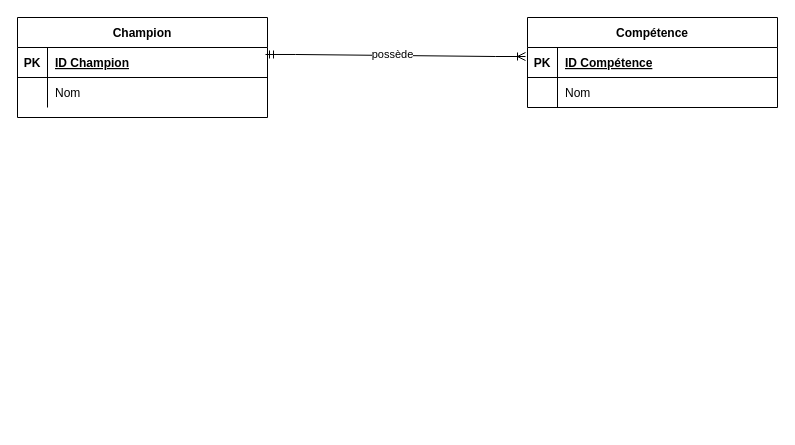
IssaiasO/BTS2-CIEL-IR-MCD-2024-2025 keeps this draw.io diagram as Diagramme sans nom.drawio. Above is the earlier version. Source tidied: cells renumbered, new cells numbered last; positions are measured from the earlier drawing's top-left corner, leaving out a move shared by most shapes. Both pictures are drawn from the tidied source at 100%, with x=0, y=0 at pixel (17, 17).
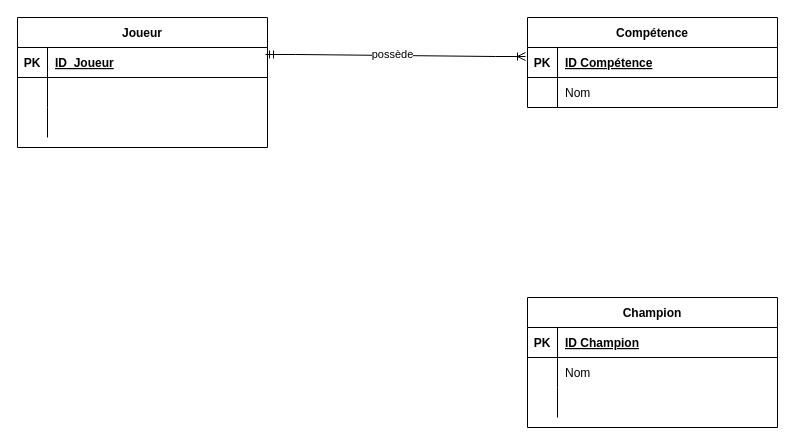
The same page after the edit.

Commit message:
Mettre à jour Diagramme sans nom.drawio

Unchanged cells that the change refers to:
```xml
<mxCell id="10" style="shape=partialRectangle;fillColor=none;points=[[0,0.5],[1,0.5]];portConstraint=eastwest;top=0;left=0;right=0;bottom=1;" parent="9" vertex="1">
  <mxGeometry y="30" width="250" height="30" as="geometry" />
</mxCell>
<mxCell id="13" style="shape=partialRectangle;fillColor=none;top=0;left=0;right=0;bottom=0;" parent="9" vertex="1">
  <mxGeometry y="60" width="250" height="30" as="geometry" />
</mxCell>
```

Change to the diagram source:
```diff
@@
-    <mxCell id="9" value="Champion" style="shape=table;startSize=30;childLayout=tableLayout;rowLines=0;fontStyle=1;align=center;" parent="1" vertex="1">
-      <mxGeometry width="250" height="100" as="geometry" />
+    <mxCell id="9" value="Joueur" style="shape=table;startSize=30;childLayout=tableLayout;rowLines=0;fontStyle=1;align=center;" parent="1" vertex="1">
+      <mxGeometry width="250" height="130" as="geometry" />
     </mxCell>
@@
-    <mxCell id="12" value="ID Champion" style="shape=partialRectangle;overflow=hidden;fillColor=none;top=0;left=0;bottom=0;right=0;align=left;spacingLeft=6;fontStyle=5;" parent="10" vertex="1">
+    <mxCell id="12" value="ID_Joueur" style="shape=partialRectangle;overflow=hidden;fillColor=none;top=0;left=0;bottom=0;right=0;align=left;spacingLeft=6;fontStyle=5;" parent="10" vertex="1">
       <mxGeometry x="30" width="220" height="30" as="geometry" />
     </mxCell>
@@
-    <mxCell id="15" value="Nom" style="shape=partialRectangle;overflow=hidden;fillColor=none;top=0;left=0;bottom=0;right=0;align=left;spacingLeft=6;" parent="13" vertex="1">
+    <mxCell id="15" style="shape=partialRectangle;overflow=hidden;fillColor=none;top=0;left=0;bottom=0;right=0;align=left;spacingLeft=6;" parent="13" vertex="1">
       <mxGeometry x="30" width="220" height="30" as="geometry" />
     </mxCell>
+    <mxCell id="18" style="shape=partialRectangle;fillColor=none;top=0;left=0;right=0;bottom=0;" parent="9" vertex="1">
+      <mxGeometry y="90" width="250" height="30" as="geometry" />
+    </mxCell>
+    <mxCell id="19" style="shape=partialRectangle;overflow=hidden;fillColor=none;top=0;left=0;bottom=0;right=0;" parent="18" vertex="1">
+      <mxGeometry width="30" height="30" as="geometry" />
+    </mxCell>
+    <mxCell id="20" style="shape=partialRectangle;overflow=hidden;fillColor=none;top=0;left=0;bottom=0;right=0;align=left;spacingLeft=6;" parent="18" vertex="1">
+      <mxGeometry x="30" width="220" height="30" as="geometry" />
+    </mxCell>
@@
+    <mxCell id="21" value="Champion" style="shape=table;startSize=30;childLayout=tableLayout;rowLines=0;fontStyle=1;align=center;" parent="1" vertex="1">
+      <mxGeometry x="510" y="280" width="250" height="130" as="geometry" />
+    </mxCell>
+    <mxCell id="22" style="shape=partialRectangle;fillColor=none;top=0;left=0;right=0;bottom=1;" parent="21" vertex="1">
+      <mxGeometry y="30" width="250" height="30" as="geometry" />
+    </mxCell>
+    <mxCell id="23" value="PK" style="shape=partialRectangle;overflow=hidden;fillColor=none;top=0;left=0;bottom=0;right=0;fontStyle=1;" parent="22" vertex="1">
+      <mxGeometry width="30" height="30" as="geometry" />
+    </mxCell>
+    <mxCell id="24" value="ID Champion" style="shape=partialRectangle;overflow=hidden;fillColor=none;top=0;left=0;bottom=0;right=0;align=left;spacingLeft=6;fontStyle=5;" parent="22" vertex="1">
+      <mxGeometry x="30" width="220" height="30" as="geometry" />
+    </mxCell>
+    <mxCell id="25" style="shape=partialRectangle;fillColor=none;top=0;left=0;right=0;bottom=0;" parent="21" vertex="1">
+      <mxGeometry y="60" width="250" height="30" as="geometry" />
+    </mxCell>
+    <mxCell id="26" style="shape=partialRectangle;overflow=hidden;fillColor=none;top=0;left=0;bottom=0;right=0;" parent="25" vertex="1">
+      <mxGeometry width="30" height="30" as="geometry" />
+    </mxCell>
+    <mxCell id="27" value="Nom" style="shape=partialRectangle;overflow=hidden;fillColor=none;top=0;left=0;bottom=0;right=0;align=left;spacingLeft=6;" parent="25" vertex="1">
+      <mxGeometry x="30" width="220" height="30" as="geometry" />
+    </mxCell>
+    <mxCell id="28" style="shape=partialRectangle;fillColor=none;top=0;left=0;right=0;bottom=0;" parent="21" vertex="1">
+      <mxGeometry y="90" width="250" height="30" as="geometry" />
+    </mxCell>
+    <mxCell id="29" style="shape=partialRectangle;overflow=hidden;fillColor=none;top=0;left=0;bottom=0;right=0;" parent="28" vertex="1">
+      <mxGeometry width="30" height="30" as="geometry" />
+    </mxCell>
+    <mxCell id="30" style="shape=partialRectangle;overflow=hidden;fillColor=none;top=0;left=0;bottom=0;right=0;align=left;spacingLeft=6;" parent="28" vertex="1">
+      <mxGeometry x="30" width="220" height="30" as="geometry" />
+    </mxCell>
```
